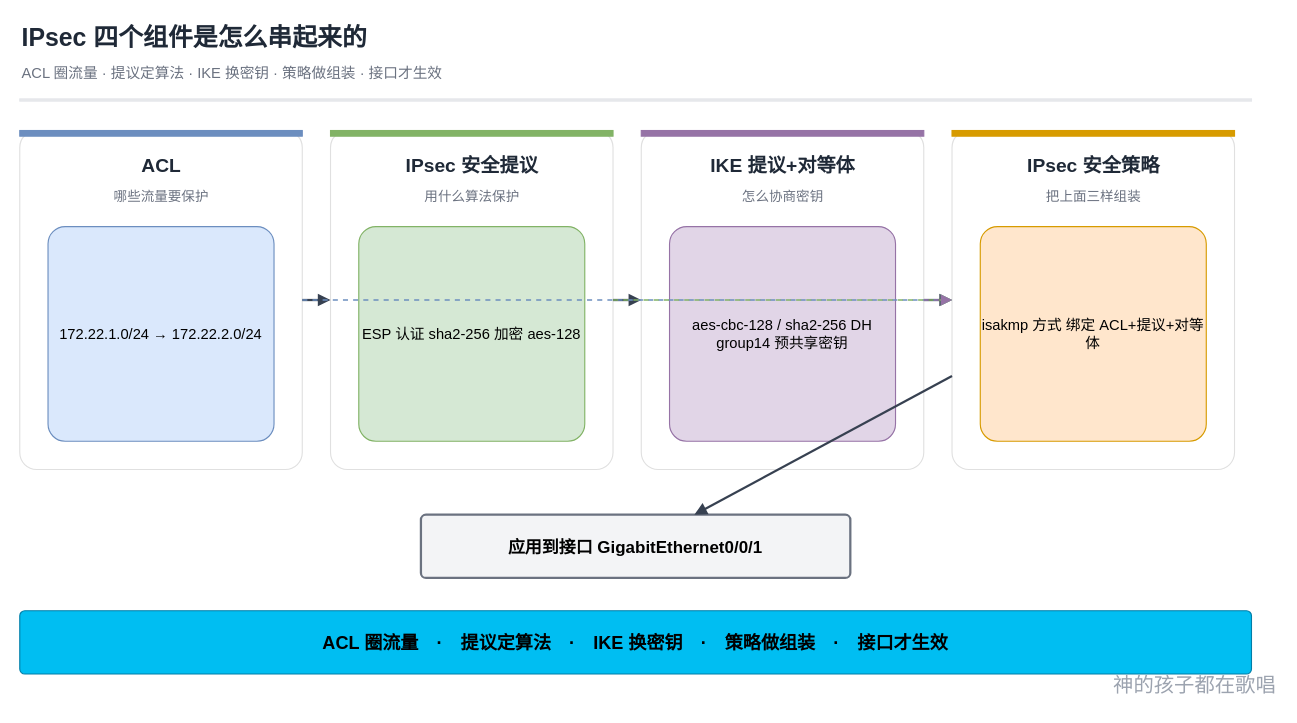
The draw.io diagram page "配图1-四个组件关系" (1 of 3) of network/116-ipsec-vpn.drawio in Rodma1/draw, before the edit. Source tidied: cells renumbered, new cells numbered last; positions are measured from the earlier drawing's top-left corner, leaving out a move shared by most shapes. Both pictures are drawn from the tidied source at 113%, with x=0, y=0 at pixel (19, 19).
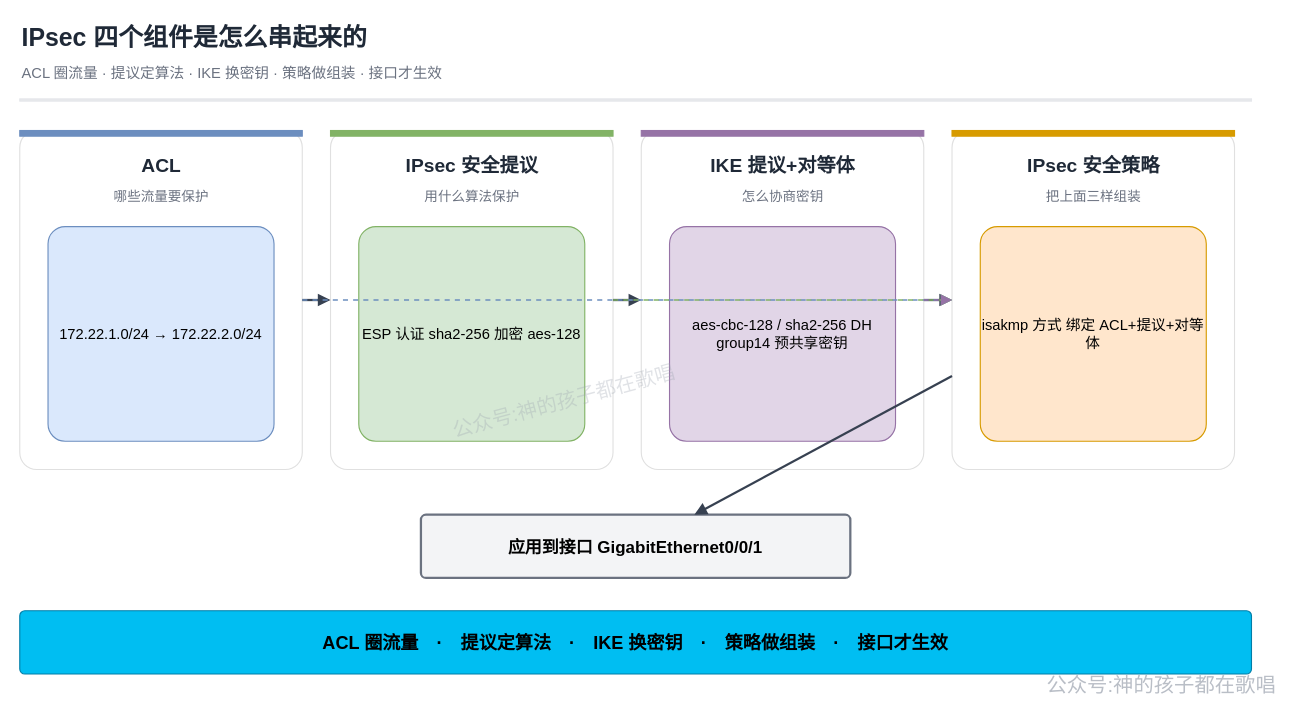
Above is the later version.

Diff of the diagram source:
```diff
@@
-    <mxCell id="34" value="神的孩子都在歌唱" style="text;html=1;fontSize=18;fontColor=#9CA3AF;opacity=6;align=right;verticalAlign=middle;" parent="1" vertex="1">
+    <mxCell id="34" value="公众号:神的孩子都在歌唱" style="text;html=1;fontSize=18;fontColor=#9CA3AF;opacity=40;align=right;verticalAlign=middle;opacityGroup=1;textOpacity=70;" parent="1" vertex="1">
       <mxGeometry x="934" y="572" width="179" height="34" as="geometry" />
     </mxCell>
+    <mxCell id="35" value="公众号:神的孩子都在歌唱" style="text;html=1;fontSize=18;fontColor=#9CA3AF;opacity=40;align=right;verticalAlign=middle;opacityGroup=1;textOpacity=30;rotation=-15;" parent="1" vertex="1">
+      <mxGeometry x="405" y="318" width="179" height="34" as="geometry" />
+    </mxCell>
```
